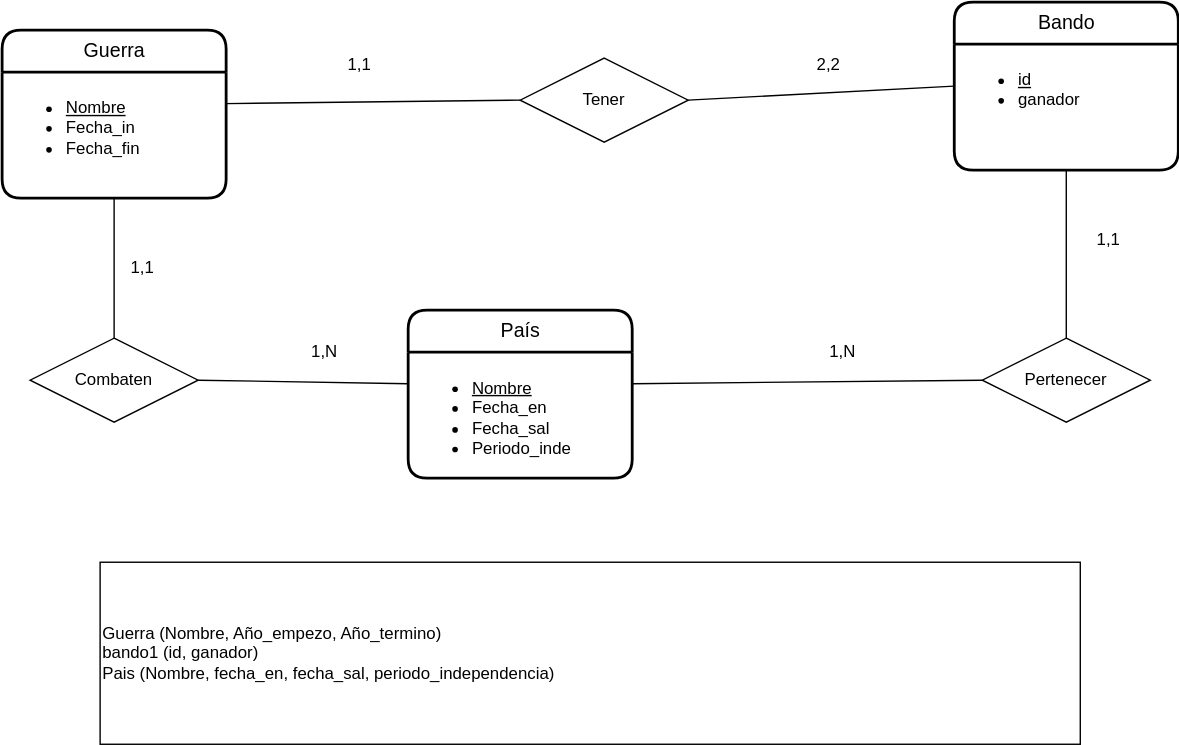
Before: UD12-04.svg, a diagram exported from draw.io (Jimxx22/C3-UD11-UML). Source tidied: cells renumbered, new cells last; positions are measured from the earlier drawing's top-left corner, leaving out a move shared by most shapes.
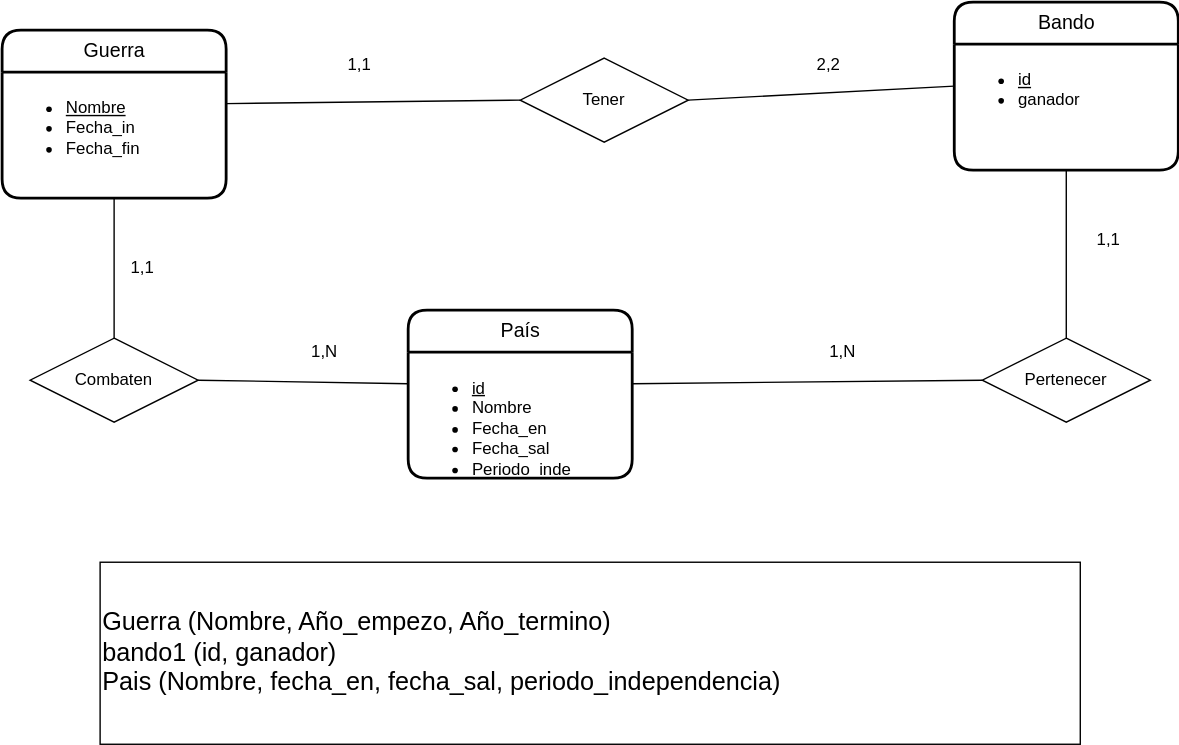
After the commit.

The edit, as a diff of the source:
```diff
@@ -20,7 +20,7 @@
     <mxCell id="7" value="País" style="swimlane;horizontal=1;startSize=30;rounded=1;fontSize=14;fontStyle=0;strokeWidth=2;shadow=0;dashed=0;align=center;glass=0;fillColor=default;html=1;" parent="1" vertex="1">
       <mxGeometry x="290" y="220" width="160" height="120" as="geometry" />
     </mxCell>
-    <mxCell id="8" value="&lt;ul&gt;&lt;li&gt;&lt;u&gt;Nombre&lt;/u&gt;&lt;/li&gt;&lt;li&gt;&lt;span style=&quot;background-color: initial;&quot;&gt;Fecha_en&lt;/span&gt;&lt;br&gt;&lt;/li&gt;&lt;li&gt;&lt;span style=&quot;background-color: initial;&quot;&gt;Fecha_sal&lt;/span&gt;&lt;/li&gt;&lt;li&gt;&lt;span style=&quot;background-color: initial;&quot;&gt;Periodo_inde&lt;/span&gt;&lt;/li&gt;&lt;/ul&gt;" style="align=left;strokeColor=none;fillColor=none;spacingLeft=4;fontSize=12;verticalAlign=top;rounded=0;glass=0;html=1;" parent="7" vertex="1">
+    <mxCell id="8" value="&lt;ul&gt;&lt;li&gt;&lt;u&gt;id&lt;/u&gt;&lt;/li&gt;&lt;li&gt;Nombre&lt;/li&gt;&lt;li&gt;&lt;span style=&quot;background-color: initial;&quot;&gt;Fecha_en&lt;/span&gt;&lt;br&gt;&lt;/li&gt;&lt;li&gt;&lt;span style=&quot;background-color: initial;&quot;&gt;Fecha_sal&lt;/span&gt;&lt;/li&gt;&lt;li&gt;&lt;span style=&quot;background-color: initial;&quot;&gt;Periodo_inde&lt;/span&gt;&lt;/li&gt;&lt;/ul&gt;" style="align=left;strokeColor=none;fillColor=none;spacingLeft=4;fontSize=12;verticalAlign=top;rounded=0;glass=0;html=1;" parent="7" vertex="1">
       <mxGeometry y="30" width="160" height="90" as="geometry" />
     </mxCell>
     <mxCell id="9" style="endArrow=none;html=1;rounded=0;exitX=0;exitY=0.5;exitDx=0;exitDy=0;entryX=1;entryY=0.25;entryDx=0;entryDy=0;" parent="1" edge="1" source="4" target="3">
@@ -65,7 +65,7 @@
     <mxCell id="22" value="1,N" style="text;html=1;align=center;verticalAlign=middle;strokeColor=none;fillColor=none;" parent="1" vertex="1">
       <mxGeometry x="580" y="235" width="40" height="30" as="geometry" />
     </mxCell>
-    <mxCell id="23" value="&lt;div&gt;Guerra (Nombre, Año_empezo, Año_termino)&lt;/div&gt;&lt;div&gt;bando1 (id, ganador)&lt;/div&gt;&lt;div&gt;Pais (Nombre, fecha_en, fecha_sal, periodo_independencia)&lt;/div&gt;" style="rounded=0;whiteSpace=wrap;html=1;align=left;" parent="1" vertex="1">
+    <mxCell id="23" value="&lt;div style=&quot;text-align: justify; font-size: 18px;&quot;&gt;&lt;span style=&quot;background-color: initial;&quot;&gt;&lt;font style=&quot;font-size: 18px;&quot;&gt;Guerra (Nombre, Año_empezo, Año_termino)&lt;/font&gt;&lt;/span&gt;&lt;/div&gt;&lt;font style=&quot;font-size: 18px;&quot;&gt;&lt;span style=&quot;background-color: initial;&quot;&gt;&lt;div style=&quot;text-align: justify;&quot;&gt;&lt;span style=&quot;background-color: initial;&quot;&gt;bando1 (id, ganador)&lt;/span&gt;&lt;/div&gt;&lt;/span&gt;&lt;span style=&quot;background-color: initial;&quot;&gt;&lt;div style=&quot;text-align: justify;&quot;&gt;&lt;span style=&quot;background-color: initial;&quot;&gt;Pais (Nombre, fecha_en, fecha_sal, periodo_independencia)&lt;/span&gt;&lt;/div&gt;&lt;/span&gt;&lt;/font&gt;" style="rounded=0;whiteSpace=wrap;html=1;align=left;" parent="1" vertex="1">
       <mxGeometry x="70" y="400" width="700" height="130" as="geometry" />
     </mxCell>
   </root>
```
